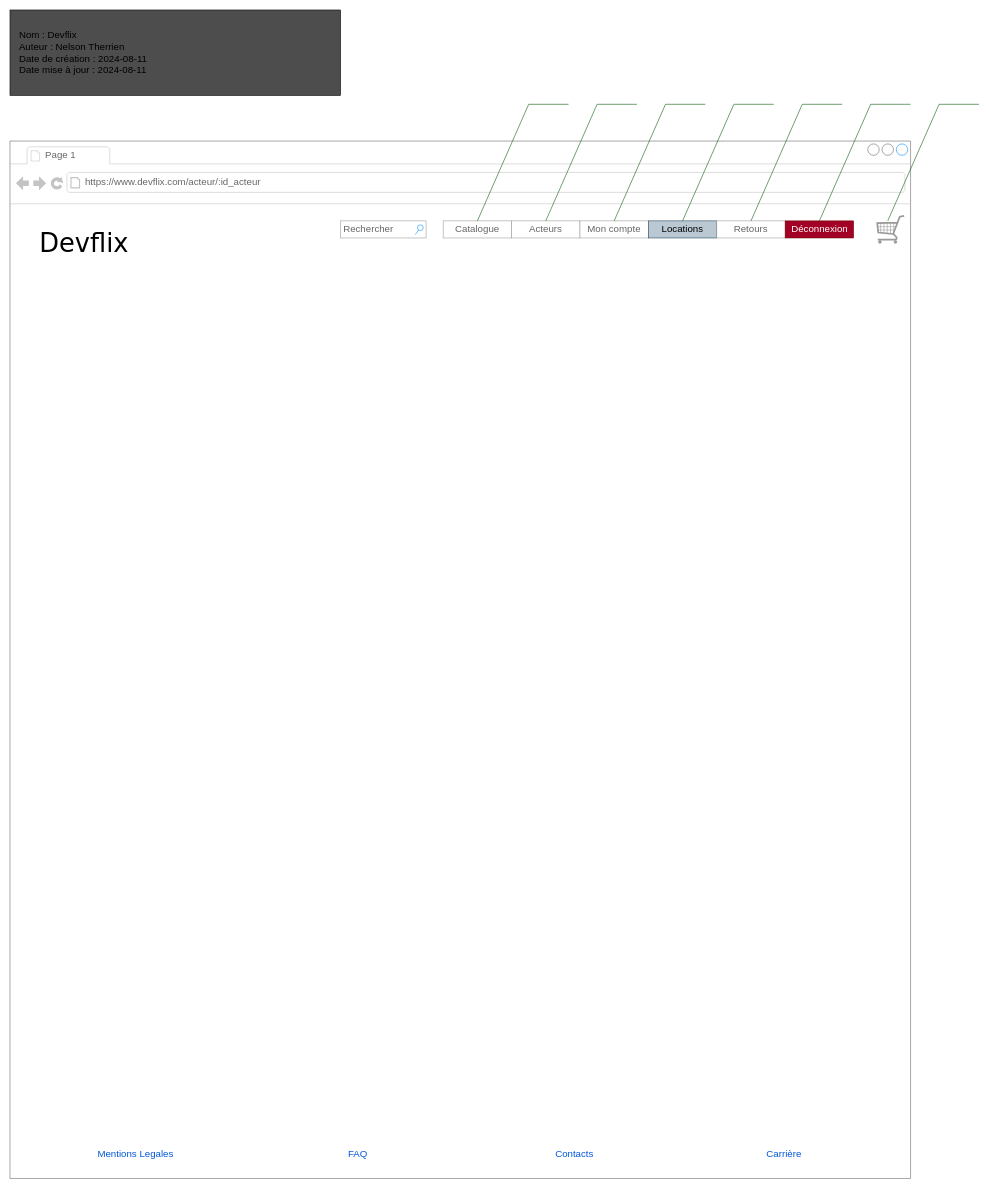
The draw.io diagram livrables/gabarit-depart.drawio in MapleCialys/Projet-modification-systeme, before the edit. Source tidied: cells renumbered, new cells numbered last; positions are measured from the earlier drawing's top-left corner, leaving out a move shared by most shapes. Both pictures are drawn from the tidied source at 57%, with x=0, y=0 at pixel (10, 10).
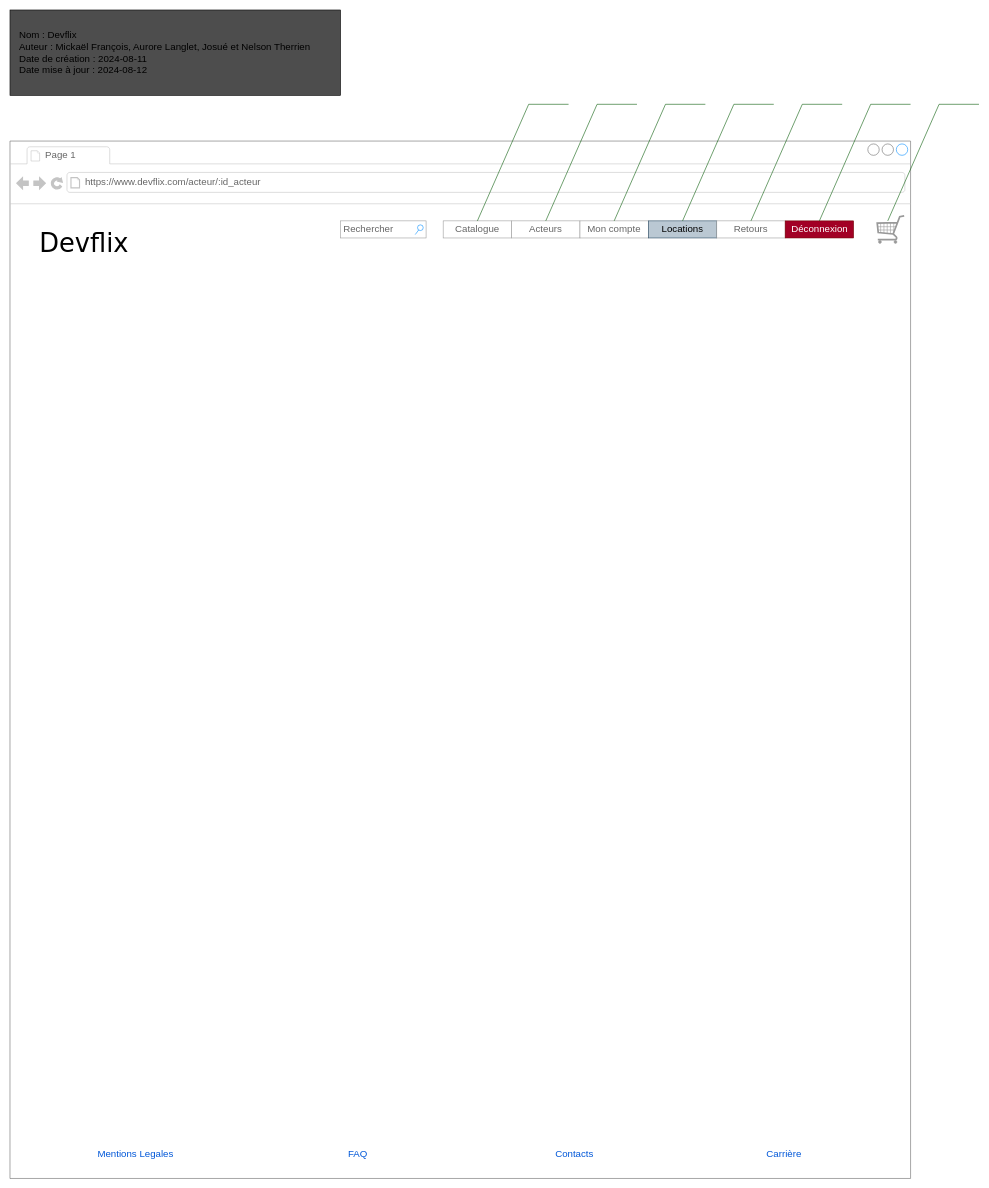
The same page after the edit.

Change to the diagram source:
```diff
@@
-    <mxCell id="12" value="&lt;font style=&quot;font-size: 17px;&quot;&gt;&amp;nbsp; &amp;nbsp;Nom : Devflix&lt;br&gt;&amp;nbsp; &amp;nbsp;Auteur : Nelson Therrien&lt;br&gt;&amp;nbsp; &amp;nbsp;Date de création : 2024-08-11&lt;br&gt;&amp;nbsp; &amp;nbsp;Date mise à jour : 2024-08-11&amp;nbsp; &amp;nbsp; &amp;nbsp; &amp;nbsp; &amp;nbsp; &amp;nbsp; &amp;nbsp; &amp;nbsp; &amp;nbsp; &amp;nbsp; &amp;nbsp; &amp;nbsp; &amp;nbsp; &amp;nbsp; &amp;nbsp; &amp;nbsp; &amp;nbsp; &amp;nbsp; &amp;nbsp; &amp;nbsp; &amp;nbsp; &amp;nbsp; &amp;nbsp; &amp;nbsp; &amp;nbsp; &amp;nbsp; &amp;nbsp; &amp;nbsp; &amp;nbsp; &amp;nbsp; &amp;nbsp; &amp;nbsp; &amp;nbsp; &amp;nbsp; &amp;nbsp;&lt;/font&gt;" style="rounded=0;whiteSpace=wrap;html=1;align=left;fillColor=#4D4D4D;strokeColor=#000000;" parent="1" vertex="1">
+    <mxCell id="12" value="&lt;span style=&quot;font-size: 17px;&quot;&gt;&amp;nbsp; &amp;nbsp;Nom : Devflix&lt;/span&gt;&lt;br style=&quot;font-size: 17px;&quot;&gt;&lt;span style=&quot;font-size: 17px;&quot;&gt;&amp;nbsp; &amp;nbsp;Auteur : Mickaël François, Aurore Langlet, Josué et Nelson Therrien&lt;/span&gt;&lt;br style=&quot;font-size: 17px;&quot;&gt;&lt;span style=&quot;font-size: 17px;&quot;&gt;&amp;nbsp; &amp;nbsp;Date de création : 2024-08-11&lt;/span&gt;&lt;br style=&quot;font-size: 17px;&quot;&gt;&lt;span style=&quot;font-size: 17px;&quot;&gt;&amp;nbsp; &amp;nbsp;Date mise à jour : 2024-08-12&amp;nbsp; &amp;nbsp; &amp;nbsp; &amp;nbsp; &amp;nbsp; &amp;nbsp; &amp;nbsp; &amp;nbsp; &amp;nbsp; &amp;nbsp; &amp;nbsp; &amp;nbsp; &amp;nbsp; &amp;nbsp; &amp;nbsp; &amp;nbsp; &amp;nbsp; &amp;nbsp; &amp;nbsp; &amp;nbsp; &amp;nbsp; &amp;nbsp; &amp;nbsp; &amp;nbsp; &amp;nbsp; &amp;nbsp; &amp;nbsp; &amp;nbsp; &amp;nbsp; &amp;nbsp; &amp;nbsp; &amp;nbsp; &amp;nbsp; &amp;nbsp; &amp;nbsp;&lt;/span&gt;" style="rounded=0;whiteSpace=wrap;html=1;align=left;fillColor=#4D4D4D;strokeColor=#000000;" parent="1" vertex="1">
       <mxGeometry width="580" height="150" as="geometry" />
     </mxCell>
```
